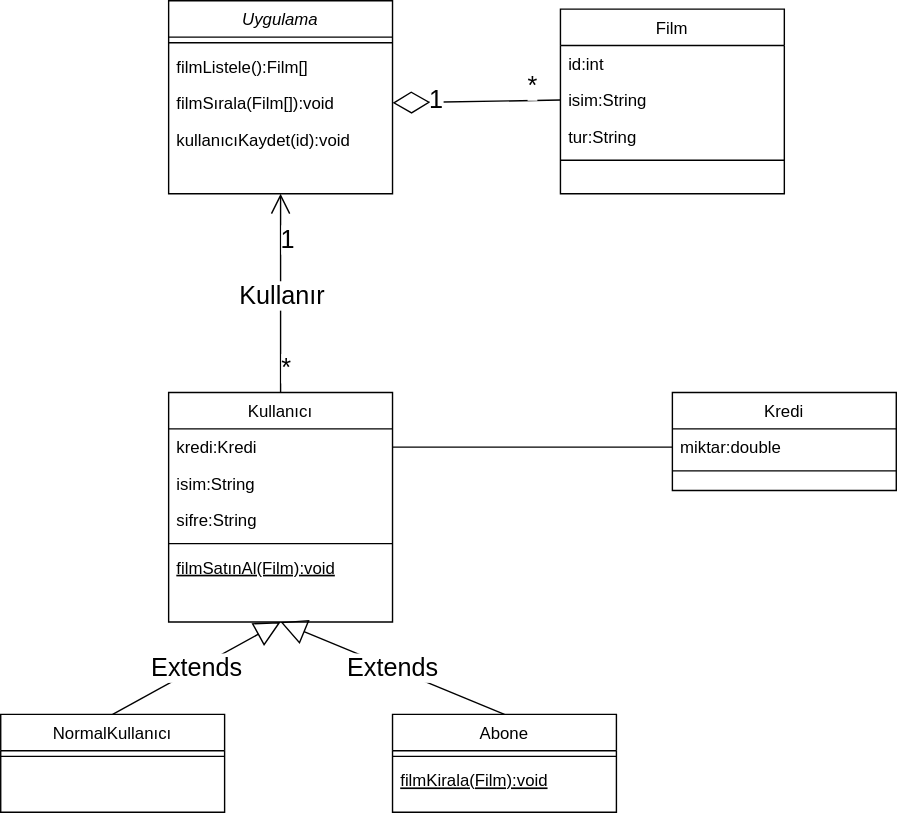
Earlier version of the draw.io export Online-Film-Sistemi.svg (ibrahimmohurlu/Patika-OOP). Source tidied: cells renumbered, new cells last; positions are measured from the earlier drawing's top-left corner, leaving out a move shared by most shapes.
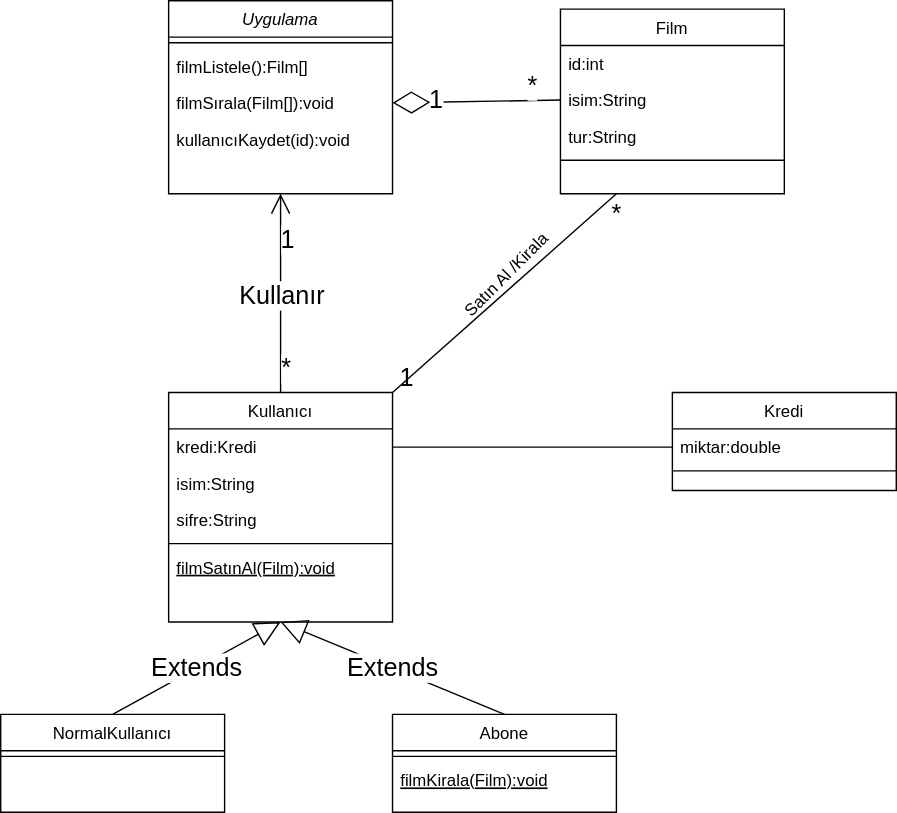
Later version of the same file.

Diff of the diagram source:
```diff
@@ -112,5 +112,17 @@
     <mxCell id="35" style="endArrow=none;html=1;rounded=0;fontSize=18;exitX=1;exitY=0.5;exitDx=0;exitDy=0;entryX=0;entryY=0.5;entryDx=0;entryDy=0;" parent="1" edge="1" source="8" target="14">
       <mxGeometry relative="1" as="geometry" />
     </mxCell>
+    <mxCell id="36" style="endArrow=none;html=1;rounded=0;fontSize=18;exitX=1;exitY=0;exitDx=0;exitDy=0;entryX=0.25;entryY=1;entryDx=0;entryDy=0;" parent="1" edge="1" source="7" target="16">
+      <mxGeometry relative="1" as="geometry" />
+    </mxCell>
+    <mxCell id="37" value="1" style="text;html=1;align=center;verticalAlign=middle;strokeColor=none;fillColor=none;fontSize=18;" parent="1" vertex="1">
+      <mxGeometry x="275" y="255" width="30" height="30" as="geometry" />
+    </mxCell>
+    <mxCell id="38" value="*" style="text;html=1;align=center;verticalAlign=middle;strokeColor=none;fillColor=none;fontSize=18;" parent="1" vertex="1">
+      <mxGeometry x="430" y="138" width="20" height="30" as="geometry" />
+    </mxCell>
+    <mxCell id="39" value="&lt;font style=&quot;font-size: 12px;&quot;&gt;Satın Al /Kirala&lt;/font&gt;" style="text;html=1;align=center;verticalAlign=middle;strokeColor=none;fillColor=none;fontSize=18;rotation=-45;" parent="1" vertex="1">
+      <mxGeometry x="315" y="180" width="90" height="30" as="geometry" />
+    </mxCell>
   </root>
 </mxGraphModel>
```
